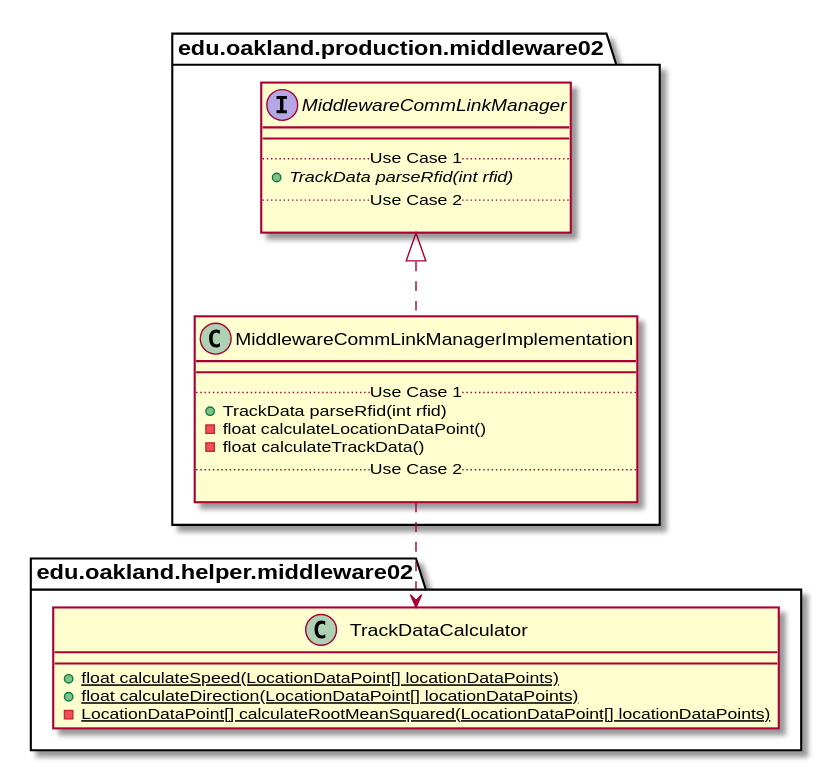
andrewdimmer/csi-3370-software-project keeps this PlantUML diagram as docs/uml-class-diagrams/middleware02/production/MiddlewareCommLinkManagerImplementation/MiddlewareCommLinkManagerImplementation_DirectDependencies.svg. Above is the earlier version.
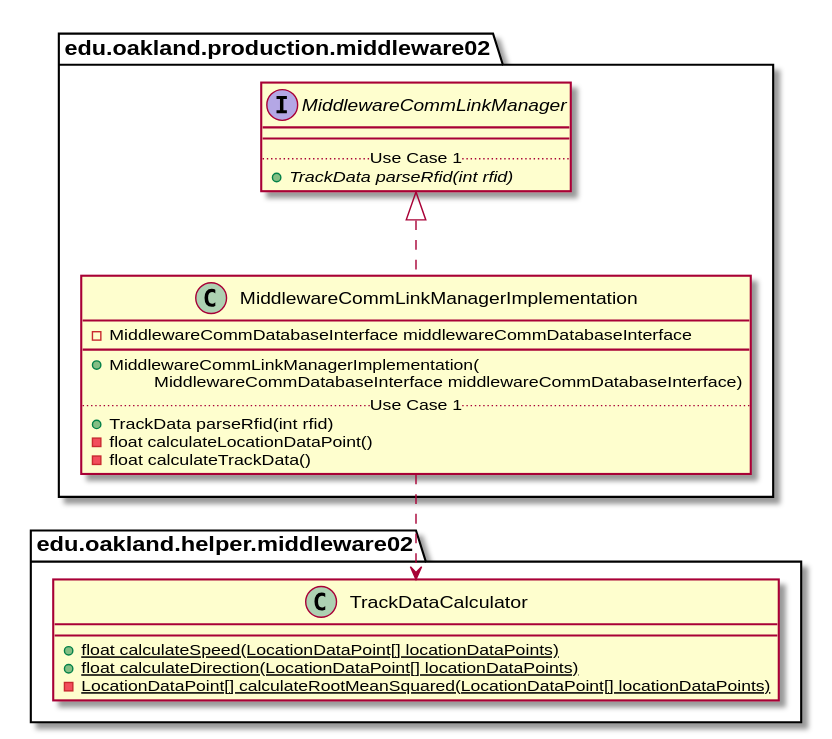
Later version of the same file.

Change to the diagram source:
```diff
@@ -3,13 +3,14 @@
 
 package edu.oakland.production.middleware02 {
     class MiddlewareCommLinkManagerImplementation {
+        - MiddlewareCommDatabaseInterface middlewareCommDatabaseInterface
         __
+        + MiddlewareCommLinkManagerImplementation(
+        \tMiddlewareCommDatabaseInterface middlewareCommDatabaseInterface)
         .. Use Case 1 ..
         + TrackData parseRfid(int rfid)
         - float calculateLocationDataPoint()
         - float calculateTrackData()
-        .. Use Case 2 ..
-
     }
 }
 
@@ -20,8 +21,6 @@
         __
         .. Use Case 1 ..
         {abstract} + TrackData parseRfid(int rfid)
-        .. Use Case 2 ..
-
     }
 }
 
```
